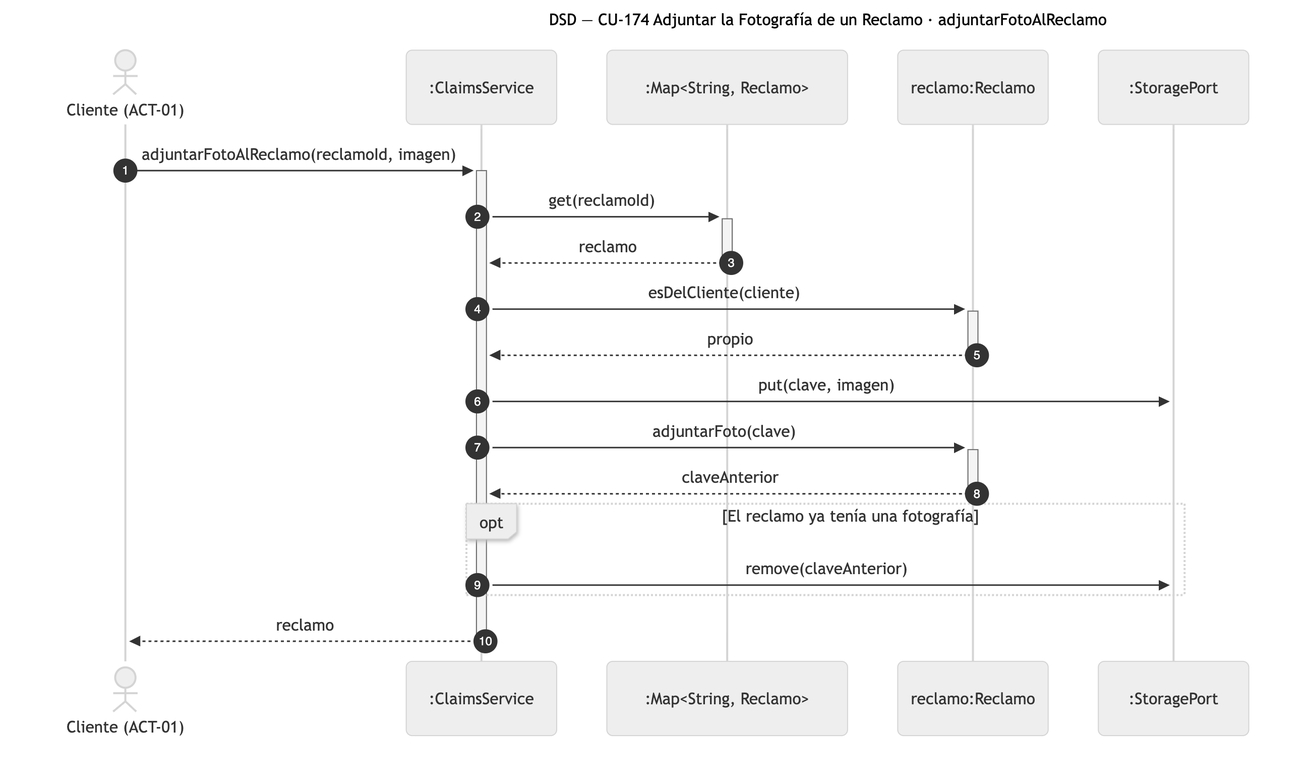
The Mermaid diagram diagramas/png/DSD_CU-174_adjuntarFotoAlReclamo.png in Nahuelito-Dev/splg-docs, before a commit. Its source is kept beside it as diagramas/DSD_CU-174_adjuntarFotoAlReclamo.mmd. Source of this version:
```mermaid
sequenceDiagram
    title DSD — CU-174 Adjuntar la Fotografía de un Reclamo · adjuntarFotoAlReclamo
    autonumber
    actor CLI as Cliente (ACT-01)
    participant SRV as :ClaimsService
    participant COL as :Map#lt;String, Reclamo#gt;
    participant REC as reclamo:Reclamo
    participant STO as :StoragePort

    CLI->>+SRV: adjuntarFotoAlReclamo(reclamoId, imagen)
    SRV->>+COL: get(reclamoId)
    COL-->>-SRV: reclamo
    SRV->>+REC: esDelCliente(cliente)
    REC-->>-SRV: propio
    SRV->>STO: put(clave, imagen)
    SRV->>+REC: adjuntarFoto(clave)
    REC-->>-SRV: claveAnterior
    opt El reclamo ya tenía una fotografía
        SRV->>STO: remove(claveAnterior)
    end
    SRV-->>-CLI: reclamo
```
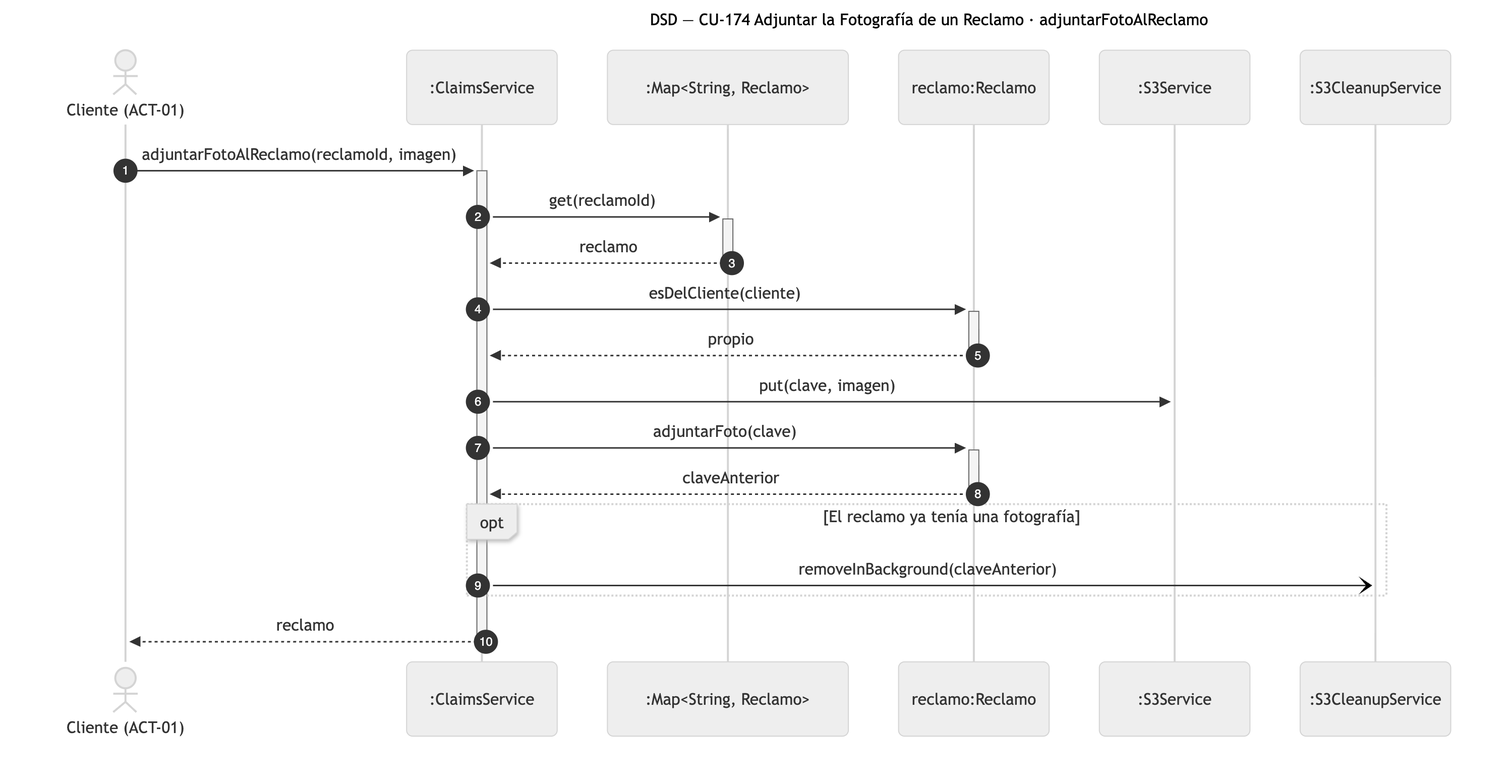
After the commit.

Diff of the diagram source:
```diff
@@ -5,17 +5,18 @@
     participant SRV as :ClaimsService
     participant COL as :Map#lt;String, Reclamo#gt;
     participant REC as reclamo:Reclamo
-    participant STO as :StoragePort
+    participant S3 as :S3Service
+    participant LIM as :S3CleanupService
 
     CLI->>+SRV: adjuntarFotoAlReclamo(reclamoId, imagen)
     SRV->>+COL: get(reclamoId)
     COL-->>-SRV: reclamo
     SRV->>+REC: esDelCliente(cliente)
     REC-->>-SRV: propio
-    SRV->>STO: put(clave, imagen)
+    SRV->>S3: put(clave, imagen)
     SRV->>+REC: adjuntarFoto(clave)
     REC-->>-SRV: claveAnterior
     opt El reclamo ya tenía una fotografía
-        SRV->>STO: remove(claveAnterior)
+        SRV-)LIM: removeInBackground(claveAnterior)
     end
     SRV-->>-CLI: reclamo
```
